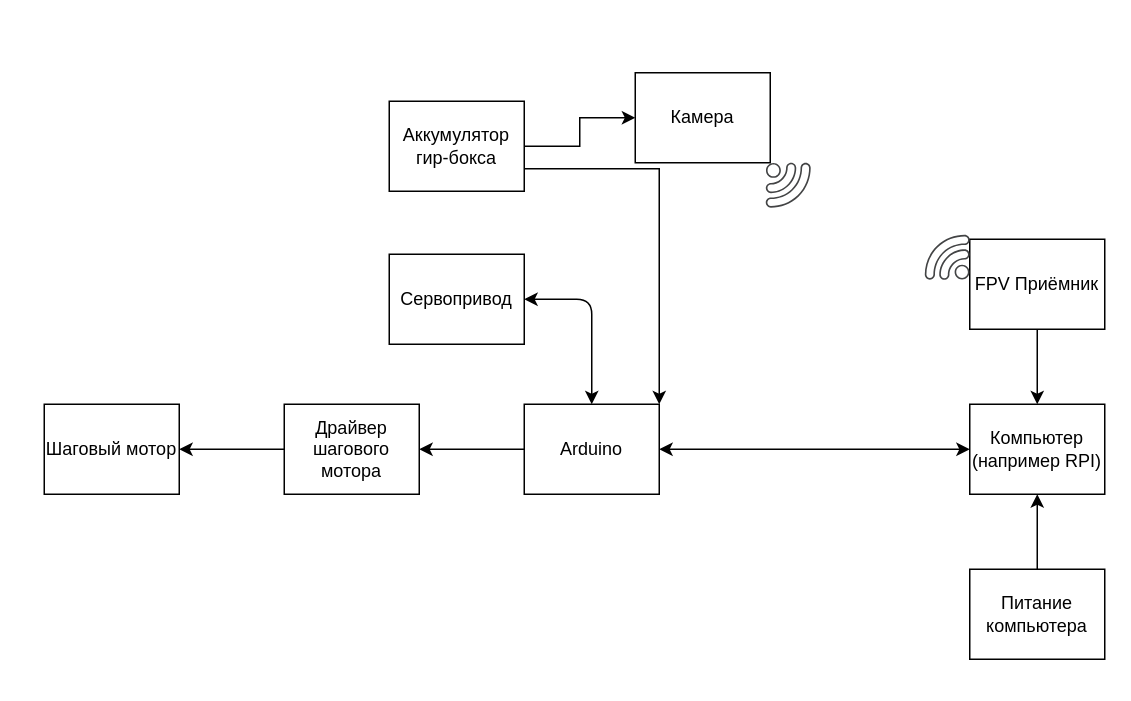
Above: Untitled Diagram.drawio in TheEnderOfficial/ArduinoDay-2021 (draw.io), before the change. Source tidied: cells renumbered, new cells numbered last; positions are measured from the earlier drawing's top-left corner, leaving out a move shared by most shapes. Both pictures are drawn from the tidied source at 150%, with x=0, y=0 at pixel (44, 72).
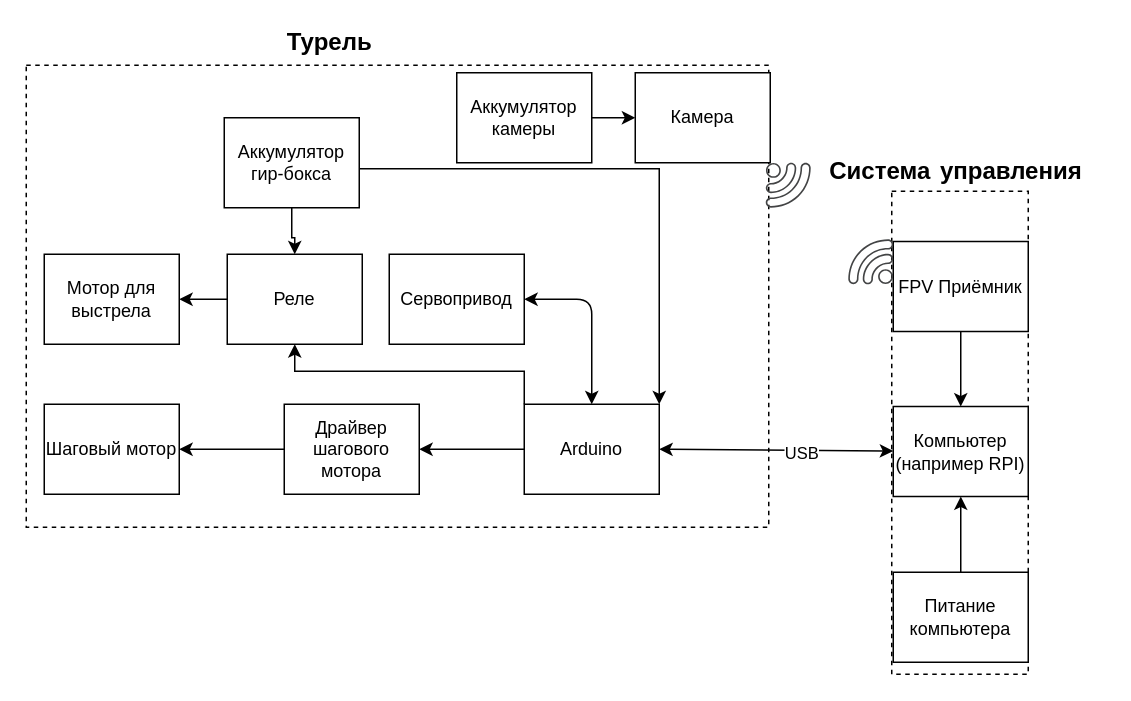
The same diagram, later.

Unchanged cells that the change refers to:
```xml
<mxCell id="5" value="Arduino" style="text;html=1;strokeColor=none;fillColor=none;align=center;verticalAlign=middle;whiteSpace=wrap;rounded=0;" parent="1" vertex="1">
  <mxGeometry x="320" y="221" width="90" height="60" as="geometry" />
</mxCell>
<mxCell id="12" value="Камера" style="text;html=1;strokeColor=none;fillColor=none;align=center;verticalAlign=middle;whiteSpace=wrap;rounded=0;" parent="1" vertex="1">
  <mxGeometry x="394" width="90" height="60" as="geometry" />
</mxCell>
<mxCell id="16" style="endArrow=classic;startArrow=classic;html=1;exitX=1;exitY=0.5;exitDx=0;exitDy=0;" parent="1" edge="1" source="5" target="17">
  <mxGeometry relative="1" as="geometry" />
</mxCell>
```

The edit, as a diff of the source:
```diff
@@
+    <mxCell id="28" style="rounded=0;whiteSpace=wrap;html=1;dashed=1;" parent="1" vertex="1">
+      <mxGeometry x="565" y="79" width="91" height="322" as="geometry" />
+    </mxCell>
+    <mxCell id="29" style="rounded=0;whiteSpace=wrap;html=1;dashed=1;" parent="1" vertex="1">
+      <mxGeometry x="-12" y="-5" width="495" height="308" as="geometry" />
+    </mxCell>
@@
+    <mxCell id="30" style="edgeStyle=orthogonalEdgeStyle;rounded=0;jettySize=auto;html=1;entryX=0.5;entryY=1;entryDx=0;entryDy=0;" parent="1" edge="1" source="5" target="36">
+      <mxGeometry relative="1" as="geometry">
+        <Array as="points">
+          <mxPoint x="320" y="199" />
+          <mxPoint x="167" y="199" />
+        </Array>
+      </mxGeometry>
+    </mxCell>
@@
-    <mxCell id="13" style="edgeStyle=orthogonalEdgeStyle;rounded=0;jettySize=auto;html=1;" parent="1" edge="1" source="15" target="12">
-      <mxGeometry relative="1" as="geometry" />
-    </mxCell>
@@
+    <mxCell id="31" style="edgeStyle=orthogonalEdgeStyle;rounded=0;jettySize=auto;html=1;entryX=0.5;entryY=0;entryDx=0;entryDy=0;" parent="1" edge="1" source="15" target="36">
+      <mxGeometry relative="1" as="geometry" />
+    </mxCell>
     <mxCell id="15" value="Аккумулятор гир-бокса" style="rounded=0;whiteSpace=wrap;html=1;" parent="1" vertex="1">
-      <mxGeometry x="230" y="19" width="90" height="60" as="geometry" />
+      <mxGeometry x="120" y="30" width="90" height="60" as="geometry" />
     </mxCell>
@@
+    <mxCell id="32" value="USB" style="edgeLabel;html=1;align=center;verticalAlign=middle;" parent="16" vertex="1">
+      <mxGeometry x="0.22" y="-2" relative="1" as="geometry" />
+    </mxCell>
     <mxCell id="17" value="Компьютер (например RPI)" style="rounded=0;whiteSpace=wrap;html=1;" parent="1" vertex="1">
-      <mxGeometry x="617" y="221" width="90" height="60" as="geometry" />
+      <mxGeometry x="566" y="222.5" width="90" height="60" as="geometry" />
     </mxCell>
-    <mxCell id="18" style="rounded=0;whiteSpace=wrap;html=1;" parent="1" vertex="1">
-      <mxGeometry x="617" y="331" width="90" height="60" as="geometry" />
-    </mxCell>
-    <mxCell id="19" style="edgeStyle=orthogonalEdgeStyle;rounded=0;jettySize=auto;html=1;" parent="1" edge="1" source="20" target="17">
-      <mxGeometry relative="1" as="geometry" />
-    </mxCell>
-    <mxCell id="20" value="Питание компьютера" style="text;html=1;strokeColor=none;fillColor=none;align=center;verticalAlign=middle;whiteSpace=wrap;rounded=0;" parent="1" vertex="1">
-      <mxGeometry x="617" y="331" width="90" height="60" as="geometry" />
-    </mxCell>
     <mxCell id="21" style="rounded=0;whiteSpace=wrap;html=1;" parent="1" vertex="1">
-      <mxGeometry x="617" y="111" width="90" height="60" as="geometry" />
+      <mxGeometry x="566" y="112.5" width="90" height="60" as="geometry" />
     </mxCell>
@@
     <mxCell id="23" style="shadow=0;dashed=0;html=1;strokeColor=none;fillColor=#434445;labelPosition=center;verticalLabelPosition=bottom;verticalAlign=top;align=center;shape=mxgraph.vvd.wi_fi;direction=north;" parent="1" vertex="1">
-      <mxGeometry x="587" y="108" width="30" height="30" as="geometry" />
+      <mxGeometry x="536" y="111" width="30" height="30" as="geometry" />
     </mxCell>
@@
     <mxCell id="25" value="FPV Приёмник" style="text;html=1;strokeColor=none;fillColor=none;align=center;verticalAlign=middle;whiteSpace=wrap;rounded=0;" parent="1" vertex="1">
-      <mxGeometry x="617" y="111" width="90" height="60" as="geometry" />
+      <mxGeometry x="566" y="112.5" width="90" height="60" as="geometry" />
     </mxCell>
@@
+    <mxCell id="19" style="edgeStyle=orthogonalEdgeStyle;rounded=0;jettySize=auto;html=1;entryX=0.5;entryY=1;entryDx=0;entryDy=0;" parent="1" edge="1" source="20" target="17">
+      <mxGeometry relative="1" as="geometry" />
+    </mxCell>
+    <mxCell id="20" value="Питание компьютера" style="rounded=0;whiteSpace=wrap;html=1;" parent="1" vertex="1">
+      <mxGeometry x="566" y="333" width="90" height="60" as="geometry" />
+    </mxCell>
+    <mxCell id="33" value="&lt;b&gt;&lt;font face=&quot;Comic Sans MS&quot; style=&quot;font-size: 16px&quot;&gt;Турель&lt;/font&gt;&lt;/b&gt;" style="text;html=1;strokeColor=none;fillColor=none;align=center;verticalAlign=middle;whiteSpace=wrap;rounded=0;dashed=1;" parent="1" vertex="1">
+      <mxGeometry x="118" y="-30" width="145" height="20" as="geometry" />
+    </mxCell>
+    <mxCell id="34" value="Мотор для выстрела" style="rounded=0;whiteSpace=wrap;html=1;" parent="1" vertex="1">
+      <mxGeometry y="121" width="90" height="60" as="geometry" />
+    </mxCell>
+    <mxCell id="35" style="edgeStyle=orthogonalEdgeStyle;rounded=0;jettySize=auto;html=1;" parent="1" edge="1" source="36" target="34">
+      <mxGeometry relative="1" as="geometry" />
+    </mxCell>
+    <mxCell id="36" value="Реле" style="rounded=0;whiteSpace=wrap;html=1;" parent="1" vertex="1">
+      <mxGeometry x="122" y="121" width="90" height="60" as="geometry" />
+    </mxCell>
+    <mxCell id="37" style="edgeStyle=orthogonalEdgeStyle;rounded=0;jettySize=auto;html=1;entryX=0;entryY=0.5;entryDx=0;entryDy=0;" parent="1" edge="1" source="38" target="12">
+      <mxGeometry relative="1" as="geometry" />
+    </mxCell>
+    <mxCell id="38" value="Аккумулятор камеры" style="rounded=0;whiteSpace=wrap;html=1;" parent="1" vertex="1">
+      <mxGeometry x="275" width="90" height="60" as="geometry" />
+    </mxCell>
+    <mxCell id="39" value="&lt;b&gt;&lt;font face=&quot;Comic Sans MS&quot; style=&quot;font-size: 16px&quot;&gt;Система управления&lt;/font&gt;&lt;/b&gt;" style="text;html=1;strokeColor=none;fillColor=none;align=center;verticalAlign=middle;whiteSpace=wrap;rounded=0;dashed=1;" parent="1" vertex="1">
+      <mxGeometry x="516" y="56" width="184" height="20" as="geometry" />
+    </mxCell>
```
